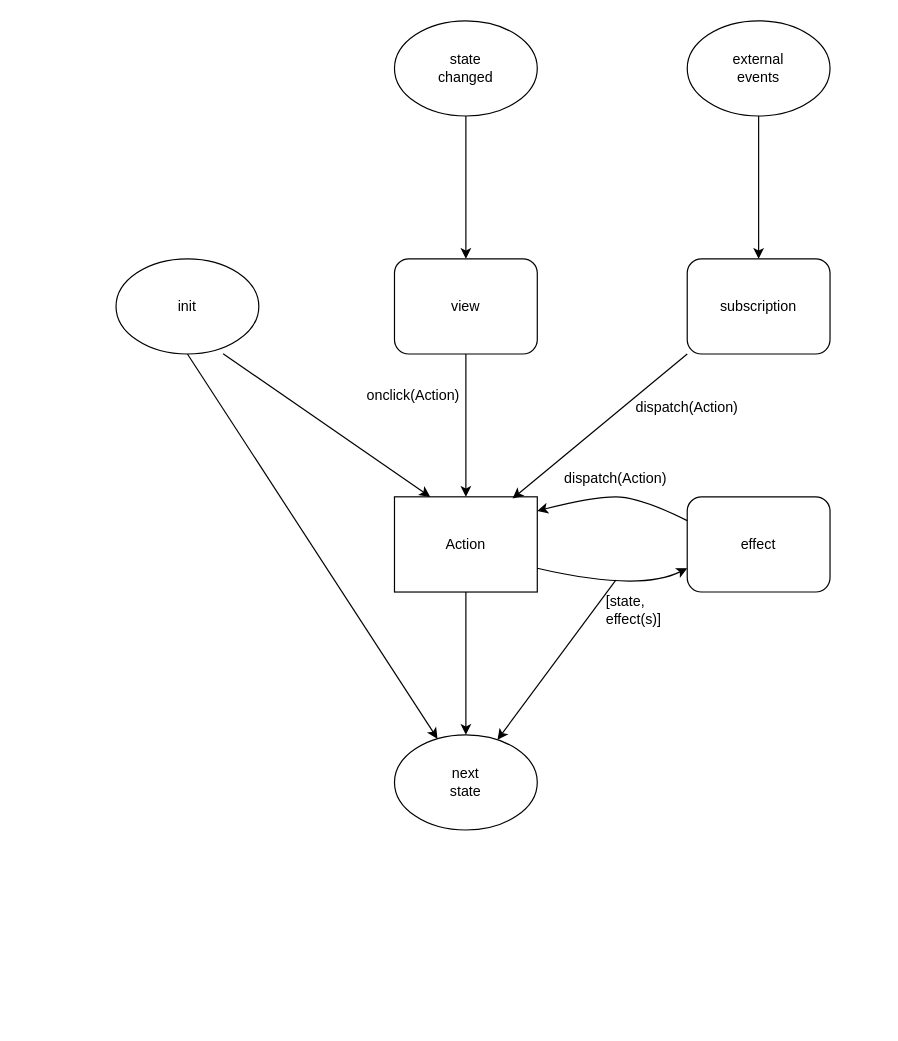
This is docs/architecture/Untitled Diagram.drawio from kofifus/hyperapp, a draw.io file, before an edit. Source tidied: cells renumbered, new cells numbered last; positions are measured from the earlier drawing's top-left corner, leaving out a move shared by most shapes. Both pictures are drawn from the tidied source at 119%, with x=0, y=0 at pixel (115, 20).
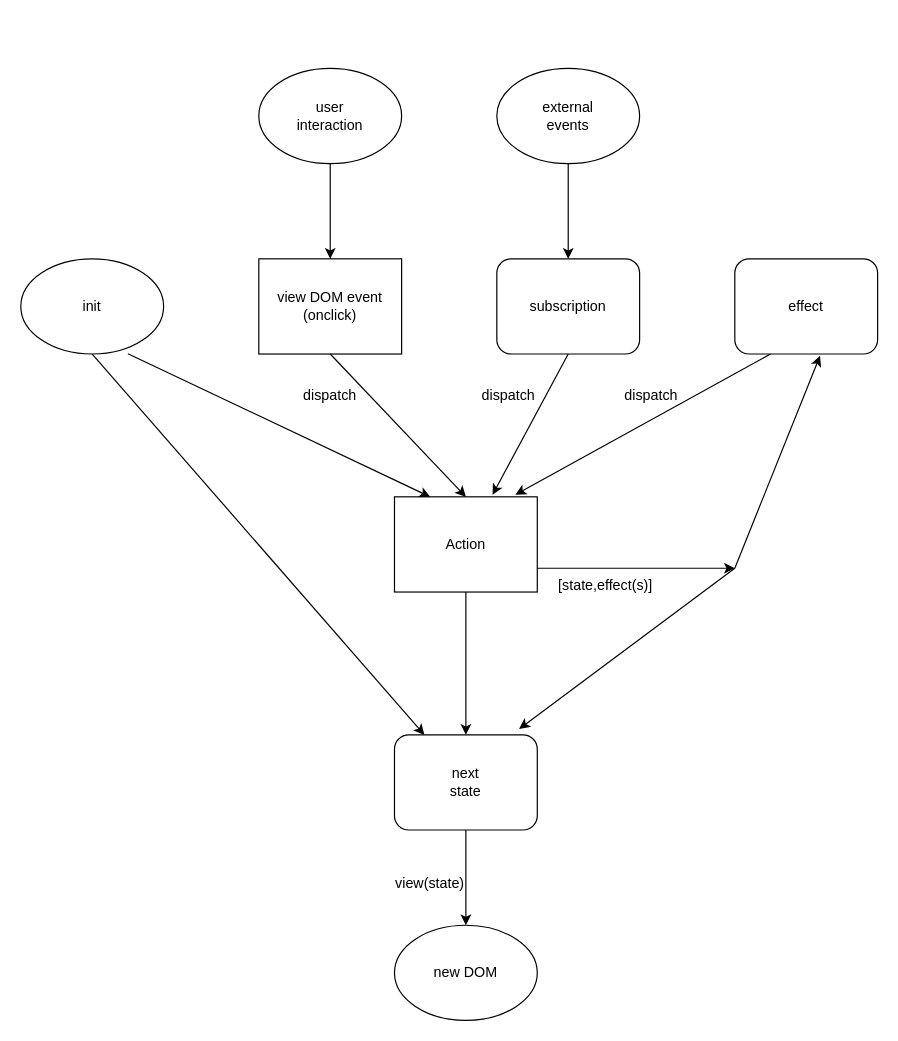
The same page after the edit.

The change refers to these unchanged cells:
```xml
<mxCell id="7" value="Action" style="rounded=0;whiteSpace=wrap;html=1;" parent="1" vertex="1">
  <mxGeometry x="234" y="400" width="120" height="80" as="geometry" />
</mxCell>
```

Diff of the diagram source:
```diff
@@
     <mxCell id="2" value="init" style="ellipse;whiteSpace=wrap;html=1;" parent="1" vertex="1">
-      <mxGeometry y="200" width="120" height="80" as="geometry" />
+      <mxGeometry x="-80" y="200" width="120" height="80" as="geometry" />
     </mxCell>
-    <mxCell id="3" value="view" style="rounded=1;whiteSpace=wrap;html=1;" parent="1" vertex="1">
-      <mxGeometry x="234" y="200" width="120" height="80" as="geometry" />
+    <mxCell id="3" value="view DOM event&lt;br&gt;(onclick)" style="whiteSpace=wrap;html=1;" parent="1" vertex="1">
+      <mxGeometry x="120" y="200" width="120" height="80" as="geometry" />
     </mxCell>
     <mxCell id="4" value="subscription" style="rounded=1;whiteSpace=wrap;html=1;" parent="1" vertex="1">
-      <mxGeometry x="480" y="200" width="120" height="80" as="geometry" />
+      <mxGeometry x="320" y="200" width="120" height="80" as="geometry" />
     </mxCell>
-    <mxCell id="5" value="state&lt;br&gt;changed" style="ellipse;whiteSpace=wrap;html=1;" parent="1" vertex="1">
-      <mxGeometry x="234" width="120" height="80" as="geometry" />
-    </mxCell>
     <mxCell id="6" value="external&lt;br&gt;events" style="ellipse;whiteSpace=wrap;html=1;" parent="1" vertex="1">
-      <mxGeometry x="480" width="120" height="80" as="geometry" />
+      <mxGeometry x="320" y="40" width="120" height="80" as="geometry" />
     </mxCell>
@@
     <mxCell id="8" value="effect" style="rounded=1;whiteSpace=wrap;html=1;" parent="1" vertex="1">
-      <mxGeometry x="480" y="400" width="120" height="80" as="geometry" />
+      <mxGeometry x="520" y="200" width="120" height="80" as="geometry" />
     </mxCell>
-    <mxCell id="9" value="next&lt;br&gt;state" style="ellipse;whiteSpace=wrap;html=1;" parent="1" vertex="1">
+    <mxCell id="9" value="next&lt;br&gt;state" style="rounded=1;whiteSpace=wrap;html=1;" parent="1" vertex="1">
       <mxGeometry x="234" y="600" width="120" height="80" as="geometry" />
     </mxCell>
-    <mxCell id="10" style="endArrow=classic;html=1;rounded=0;exitX=0.5;exitY=1;exitDx=0;exitDy=0;entryX=0.5;entryY=0;entryDx=0;entryDy=0;" parent="1" edge="1" source="5" target="3">
-      <mxGeometry relative="1" as="geometry" />
-    </mxCell>
@@
-    <mxCell id="12" style="endArrow=classic;html=1;rounded=0;exitX=0;exitY=1;exitDx=0;exitDy=0;entryX=0.827;entryY=0.018;entryDx=0;entryDy=0;entryPerimeter=0;" parent="1" edge="1" source="4" target="7">
+    <mxCell id="12" style="endArrow=classic;html=1;rounded=0;exitX=0.5;exitY=1;exitDx=0;exitDy=0;entryX=0.687;entryY=-0.022;entryDx=0;entryDy=0;entryPerimeter=0;" parent="1" edge="1" source="4" target="7">
       <mxGeometry relative="1" as="geometry" />
     </mxCell>
@@
-    <mxCell id="17" style="curved=1;endArrow=classic;html=1;rounded=0;exitX=1;exitY=0.75;exitDx=0;exitDy=0;entryX=0;entryY=0.75;entryDx=0;entryDy=0;" parent="1" edge="1" source="7" target="8">
-      <mxGeometry relative="1" as="geometry">
-        <Array as="points">
-          <mxPoint x="440" y="480" />
-        </Array>
-      </mxGeometry>
-    </mxCell>
-    <mxCell id="18" style="curved=1;endArrow=classic;html=1;rounded=0;entryX=1;entryY=0.148;entryDx=0;entryDy=0;entryPerimeter=0;exitX=0;exitY=0.25;exitDx=0;exitDy=0;" parent="1" edge="1" source="8" target="7">
-      <mxGeometry relative="1" as="geometry">
-        <Array as="points">
-          <mxPoint x="440" y="400" />
-          <mxPoint x="400" y="400" />
-        </Array>
-      </mxGeometry>
-    </mxCell>
-    <mxCell id="19" style="endArrow=classic;html=1;rounded=0;" parent="1" edge="1" target="9">
-      <mxGeometry relative="1" as="geometry">
-        <mxPoint x="420" y="470" as="sourcePoint" />
-      </mxGeometry>
-    </mxCell>
-    <mxCell id="20" value="onclick(Action)" style="text;html=1;strokeColor=none;fillColor=none;align=center;verticalAlign=middle;whiteSpace=wrap;rounded=0;" parent="1" vertex="1">
-      <mxGeometry x="220" y="300" width="60" height="30" as="geometry" />
-    </mxCell>
-    <mxCell id="21" value="dispatch(Action)" style="text;html=1;strokeColor=none;fillColor=none;align=center;verticalAlign=middle;whiteSpace=wrap;rounded=0;" parent="1" vertex="1">
-      <mxGeometry x="450" y="310" width="60" height="30" as="geometry" />
+    <mxCell id="21" value="dispatch&lt;br&gt;" style="text;html=1;strokeColor=none;fillColor=none;align=center;verticalAlign=middle;whiteSpace=wrap;rounded=0;" parent="1" vertex="1">
+      <mxGeometry x="420" y="300" width="60" height="30" as="geometry" />
     </mxCell>
-    <mxCell id="22" value="dispatch(Action)" style="text;html=1;strokeColor=none;fillColor=none;align=center;verticalAlign=middle;whiteSpace=wrap;rounded=0;" parent="1" vertex="1">
-      <mxGeometry x="390" y="370" width="60" height="30" as="geometry" />
+    <mxCell id="22" value="dispatch" style="text;html=1;strokeColor=none;fillColor=none;align=center;verticalAlign=middle;whiteSpace=wrap;rounded=0;" parent="1" vertex="1">
+      <mxGeometry x="300" y="300" width="60" height="30" as="geometry" />
     </mxCell>
-    <mxCell id="23" value="[state, effect(s)]" style="text;html=1;strokeColor=none;fillColor=none;align=left;verticalAlign=middle;whiteSpace=wrap;rounded=0;" parent="1" vertex="1">
-      <mxGeometry x="410" y="480" width="60" height="30" as="geometry" />
+    <mxCell id="23" value="[state,effect(s)]" style="text;html=1;strokeColor=none;fillColor=none;align=left;verticalAlign=middle;whiteSpace=wrap;rounded=0;" parent="1" vertex="1">
+      <mxGeometry x="370" y="460" width="60" height="30" as="geometry" />
     </mxCell>
+    <mxCell id="24" style="endArrow=classic;html=1;rounded=0;startArrow=none;" parent="1" edge="1" source="28">
+      <mxGeometry relative="1" as="geometry">
+        <mxPoint x="294" y="800" as="targetPoint" />
+      </mxGeometry>
+    </mxCell>
+    <mxCell id="25" style="endArrow=classic;html=1;rounded=0;exitX=1;exitY=0.75;exitDx=0;exitDy=0;" parent="1" edge="1" source="7">
+      <mxGeometry relative="1" as="geometry">
+        <mxPoint x="520" y="460" as="targetPoint" />
+      </mxGeometry>
+    </mxCell>
+    <mxCell id="18" style="endArrow=classic;html=1;rounded=0;exitX=0.25;exitY=1;exitDx=0;exitDy=0;entryX=0.847;entryY=-0.022;entryDx=0;entryDy=0;entryPerimeter=0;" parent="1" edge="1" source="8" target="7">
+      <mxGeometry relative="1" as="geometry" />
+    </mxCell>
+    <mxCell id="26" style="endArrow=classic;html=1;rounded=0;entryX=0.597;entryY=1.018;entryDx=0;entryDy=0;entryPerimeter=0;" parent="1" edge="1" target="8">
+      <mxGeometry relative="1" as="geometry">
+        <mxPoint x="520" y="460" as="sourcePoint" />
+      </mxGeometry>
+    </mxCell>
+    <mxCell id="27" style="endArrow=classic;html=1;rounded=0;entryX=0.873;entryY=-0.062;entryDx=0;entryDy=0;entryPerimeter=0;" parent="1" edge="1" target="9">
+      <mxGeometry relative="1" as="geometry">
+        <mxPoint x="520" y="460" as="sourcePoint" />
+      </mxGeometry>
+    </mxCell>
+    <mxCell id="28" value="new DOM" style="ellipse;whiteSpace=wrap;html=1;" parent="1" vertex="1">
+      <mxGeometry x="234" y="760" width="120" height="80" as="geometry" />
+    </mxCell>
+    <mxCell id="29" style="endArrow=classic;html=1;rounded=0;entryX=0.5;entryY=0;entryDx=0;entryDy=0;exitX=0.5;exitY=1;exitDx=0;exitDy=0;" parent="1" edge="1" source="9" target="28">
+      <mxGeometry relative="1" as="geometry" />
+    </mxCell>
+    <mxCell id="30" value="user&lt;br&gt;interaction" style="ellipse;whiteSpace=wrap;html=1;" parent="1" vertex="1">
+      <mxGeometry x="120" y="40" width="120" height="80" as="geometry" />
+    </mxCell>
+    <mxCell id="31" style="endArrow=classic;html=1;rounded=0;exitX=0.5;exitY=1;exitDx=0;exitDy=0;entryX=0.5;entryY=0;entryDx=0;entryDy=0;" parent="1" edge="1" source="30" target="3">
+      <mxGeometry relative="1" as="geometry" />
+    </mxCell>
+    <mxCell id="32" value="dispatch" style="text;html=1;strokeColor=none;fillColor=none;align=center;verticalAlign=middle;whiteSpace=wrap;rounded=0;" parent="1" vertex="1">
+      <mxGeometry x="150" y="300" width="60" height="30" as="geometry" />
+    </mxCell>
+    <mxCell id="33" value="view(state)" style="text;html=1;strokeColor=none;fillColor=none;align=center;verticalAlign=middle;whiteSpace=wrap;rounded=0;" parent="1" vertex="1">
+      <mxGeometry x="234" y="710" width="60" height="30" as="geometry" />
+    </mxCell>
```
